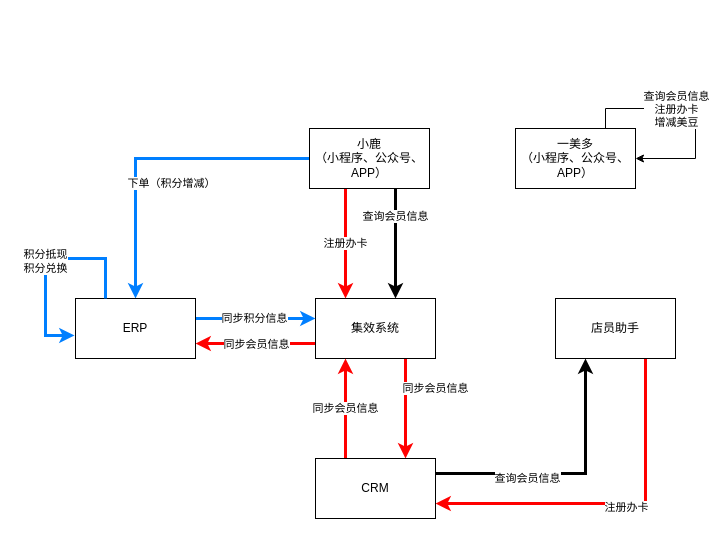
Above: page "Page-2" (2 of 2) of Untitled Diagram.drawio in JustDoItHilary/HilarysTraining (draw.io), before the change. Source tidied: cells renumbered, new cells numbered last; positions are measured from the earlier drawing's top-left corner, leaving out a move shared by most shapes. Both pictures are drawn from the tidied source at 100%, with x=0, y=0 at pixel (45, 108).
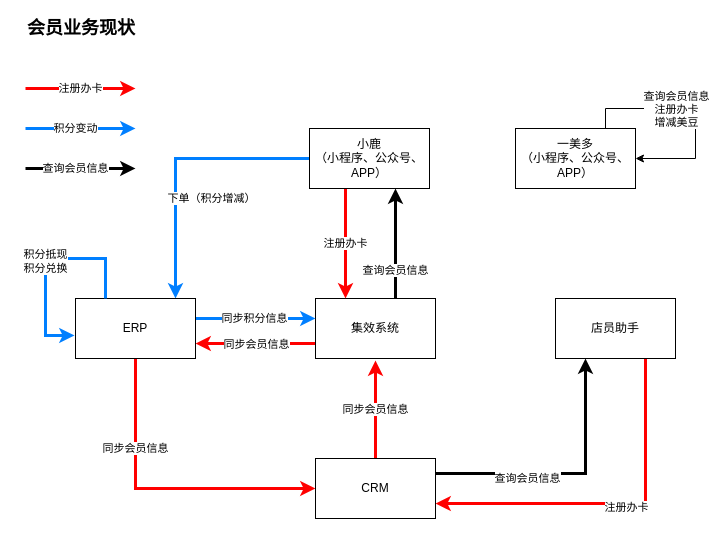
Above is the later version.

The change refers to these unchanged cells:
```xml
<mxCell id="5" value="集效系统" style="rounded=0;whiteSpace=wrap;html=1;" parent="1" vertex="1">
  <mxGeometry x="270" y="190" width="120" height="60" as="geometry" />
</mxCell>
<mxCell id="9" value="小鹿&lt;br&gt;（小程序、公众号、APP）" style="rounded=0;whiteSpace=wrap;html=1;" parent="1" vertex="1">
  <mxGeometry x="264" y="20" width="120" height="60" as="geometry" />
</mxCell>
<mxCell id="12" value="ERP" style="rounded=0;whiteSpace=wrap;html=1;" parent="1" vertex="1">
  <mxGeometry x="30" y="190" width="120" height="60" as="geometry" />
</mxCell>
<mxCell id="19" value="CRM" style="rounded=0;whiteSpace=wrap;html=1;" parent="1" vertex="1">
  <mxGeometry x="270" y="350" width="120" height="60" as="geometry" />
</mxCell>
```

What changed in the source:
```diff
@@
-    <mxCell id="4" value="同步会员信息" style="edgeStyle=orthogonalEdgeStyle;rounded=0;jettySize=auto;html=1;exitX=0.75;exitY=1;exitDx=0;exitDy=0;entryX=0.75;entryY=0;entryDx=0;entryDy=0;fillColor=#fff2cc;strokeWidth=3;strokeColor=#FF0000;" parent="1" edge="1" source="5" target="19">
-      <mxGeometry x="-0.4" y="30" relative="1" as="geometry" />
+    <mxCell id="4" value="同步会员信息" style="edgeStyle=orthogonalEdgeStyle;rounded=0;jettySize=auto;html=1;exitX=0.5;exitY=1;exitDx=0;exitDy=0;entryX=0;entryY=0.5;entryDx=0;entryDy=0;fillColor=#fff2cc;strokeWidth=3;strokeColor=#FF0000;" parent="1" edge="1" source="12" target="19">
+      <mxGeometry x="-0.42" relative="1" as="geometry" />
     </mxCell>
@@
-    <mxCell id="7" value="查询会员信息" style="edgeStyle=orthogonalEdgeStyle;rounded=0;jettySize=auto;html=1;strokeWidth=3;" parent="1" edge="1" source="9">
+    <mxCell id="7" value="查询会员信息" style="edgeStyle=orthogonalEdgeStyle;rounded=0;jettySize=auto;html=1;strokeWidth=3;" parent="1" edge="1" target="9">
       <mxGeometry x="-0.5" relative="1" as="geometry">
-        <mxPoint x="350" y="190" as="targetPoint" />
+        <mxPoint x="350" y="190" as="sourcePoint" />
         <Array as="points">
           <mxPoint x="350" y="190" />
         </Array>
       </mxGeometry>
     </mxCell>
-    <mxCell id="8" value="下单（积分增减）" style="edgeStyle=orthogonalEdgeStyle;rounded=0;jettySize=auto;html=1;exitX=0;exitY=0.5;exitDx=0;exitDy=0;entryX=0.5;entryY=0;entryDx=0;entryDy=0;fillColor=#dae8fc;strokeColor=#007FFF;strokeWidth=3;" parent="1" edge="1" source="9" target="12">
+    <mxCell id="8" value="下单（积分增减）" style="edgeStyle=orthogonalEdgeStyle;rounded=0;jettySize=auto;html=1;exitX=0;exitY=0.5;exitDx=0;exitDy=0;fillColor=#dae8fc;strokeColor=#007FFF;strokeWidth=3;" parent="1" edge="1" source="9" target="12">
       <mxGeometry x="0.27" y="36" relative="1" as="geometry">
         <Array as="points">
-          <mxPoint x="90" y="50" />
+          <mxPoint x="130" y="50" />
         </Array>
       </mxGeometry>
     </mxCell>
@@
-    <mxCell id="16" value="同步会员信息" style="edgeStyle=orthogonalEdgeStyle;rounded=0;jettySize=auto;html=1;fillColor=#fff2cc;strokeWidth=3;strokeColor=#FF0000;" parent="1" edge="1" source="19" target="5">
+    <mxCell id="16" value="同步会员信息" style="edgeStyle=orthogonalEdgeStyle;rounded=0;jettySize=auto;html=1;fillColor=#fff2cc;strokeWidth=3;strokeColor=#FF0000;exitX=0.5;exitY=0;exitDx=0;exitDy=0;" parent="1" edge="1" source="19">
       <mxGeometry relative="1" as="geometry">
+        <mxPoint x="330" y="252" as="targetPoint" />
         <Array as="points">
-          <mxPoint x="300" y="320" />
-          <mxPoint x="300" y="320" />
+          <mxPoint x="330" y="252" />
         </Array>
       </mxGeometry>
     </mxCell>
@@
+    <mxCell id="24" value="注册办卡" style="edgeStyle=orthogonalEdgeStyle;rounded=0;orthogonalLoop=1;jettySize=auto;html=1;fillColor=#f8cecc;strokeColor=#FF0000;strokeWidth=3;" parent="1" edge="1">
+      <mxGeometry relative="1" as="geometry">
+        <mxPoint x="-20" y="-20" as="sourcePoint" />
+        <mxPoint x="90" y="-20" as="targetPoint" />
+        <Array as="points">
+          <mxPoint x="-20" y="-20" />
+        </Array>
+      </mxGeometry>
+    </mxCell>
+    <mxCell id="25" value="积分变动" style="edgeStyle=orthogonalEdgeStyle;rounded=0;orthogonalLoop=1;jettySize=auto;html=1;exitX=0.75;exitY=1;exitDx=0;exitDy=0;fillColor=#dae8fc;strokeColor=#007FFF;strokeWidth=3;" parent="1" edge="1">
+      <mxGeometry x="-0.09" relative="1" as="geometry">
+        <mxPoint x="-20" y="20" as="sourcePoint" />
+        <mxPoint x="90" y="20" as="targetPoint" />
+      </mxGeometry>
+    </mxCell>
+    <mxCell id="26" value="查询会员信息" style="edgeStyle=orthogonalEdgeStyle;rounded=0;orthogonalLoop=1;jettySize=auto;html=1;exitX=0.5;exitY=1;exitDx=0;exitDy=0;strokeWidth=3;" parent="1" edge="1">
+      <mxGeometry x="-0.09" relative="1" as="geometry">
+        <mxPoint x="-20" y="60" as="sourcePoint" />
+        <mxPoint x="90" y="60" as="targetPoint" />
+        <Array as="points">
+          <mxPoint x="-20" y="60" />
+        </Array>
+      </mxGeometry>
+    </mxCell>
+    <mxCell id="27" value="会员业务现状" style="text;html=1;strokeColor=none;fillColor=none;align=left;verticalAlign=middle;whiteSpace=wrap;rounded=0;fontStyle=1;fontSize=18;" parent="1" vertex="1">
+      <mxGeometry x="-20" y="-90" width="140" height="20" as="geometry" />
+    </mxCell>
```
